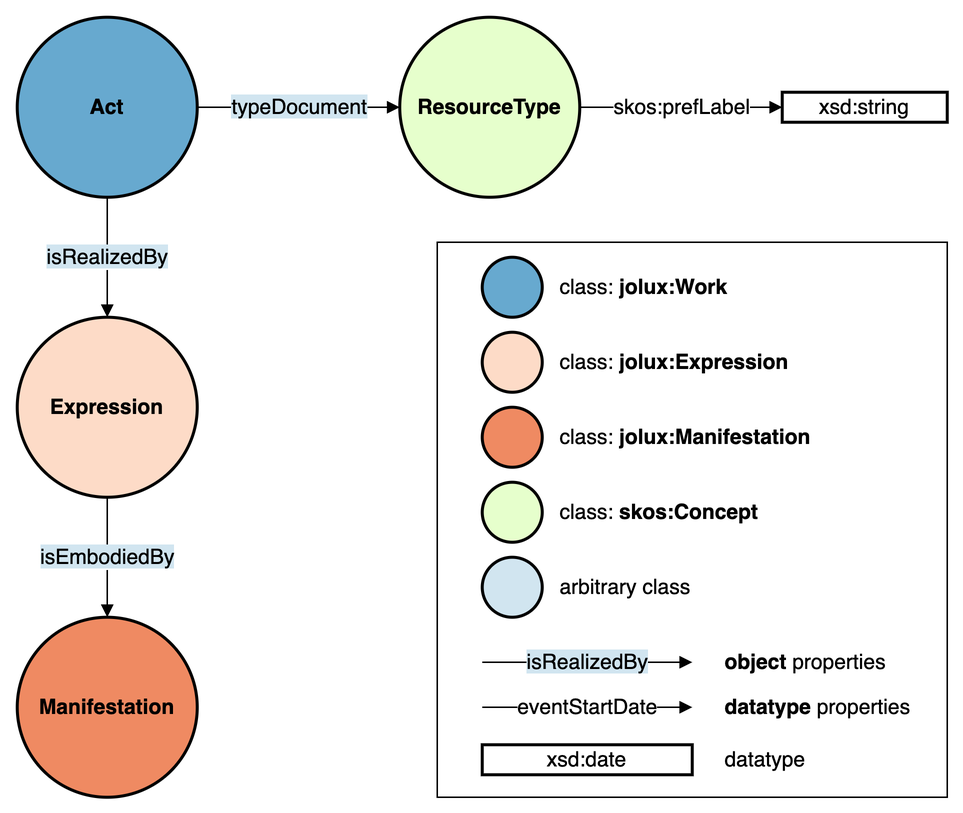
Earlier version of the draw.io export doc/img/ontology_elements.png (swiss/fedlex-jolux). Source tidied: cells renumbered, new cells last; positions are measured from the earlier drawing's top-left corner, leaving out a move shared by most shapes.
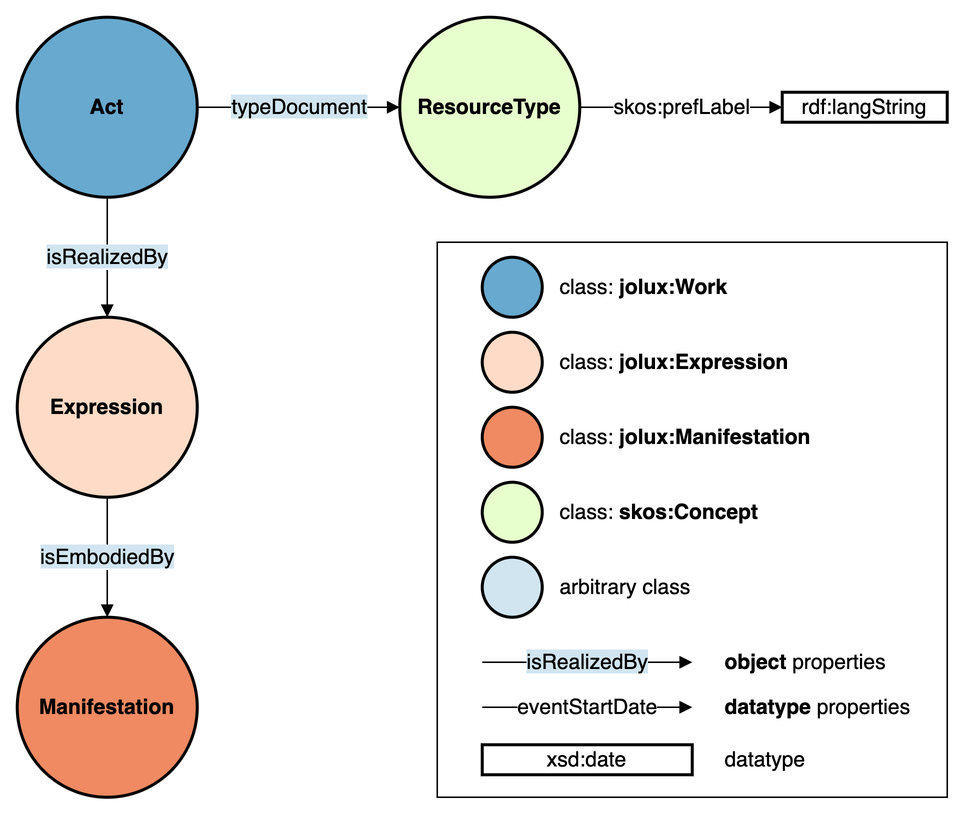
Later version of the same file.

Diff of the diagram source:
```diff
@@ -74,7 +74,7 @@
     <mxCell id="23" value="skos:prefLabel" style="endArrow=block;html=1;strokeColor=#000000;fontSize=14;fontColor=#000000;endFill=1;exitX=1;exitY=0.5;exitDx=0;exitDy=0;entryX=0;entryY=0.5;entryDx=0;entryDy=0;" parent="1" edge="1" source="13" target="24">
       <mxGeometry relative="1" as="geometry" />
     </mxCell>
-    <mxCell id="24" value="xsd:string" style="whiteSpace=wrap;html=1;rounded=0;shadow=0;glass=0;comic=0;strokeColor=#000000;strokeWidth=2;fillColor=#FFFFFF;gradientColor=none;fontSize=14;fontColor=#000000;align=center;" parent="1" vertex="1">
+    <mxCell id="24" value="rdf:langString" style="whiteSpace=wrap;html=1;rounded=0;shadow=0;glass=0;comic=0;strokeColor=#000000;strokeWidth=2;fillColor=#FFFFFF;gradientColor=none;fontSize=14;fontColor=#000000;align=center;" parent="1" vertex="1">
       <mxGeometry x="510" y="50" width="110" height="20" as="geometry" />
     </mxCell>
     <mxCell id="25" style="rounded=0;whiteSpace=wrap;html=1;fontSize=14;fillColor=none;" parent="1" vertex="1">
```
